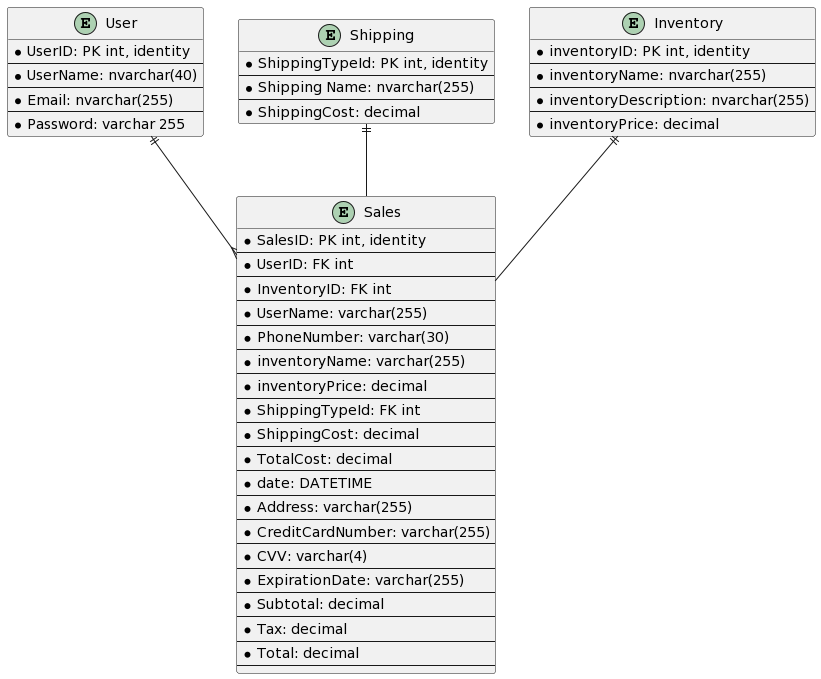
Chewwi7/Intro-to-Software-Engineering-Project keeps this PlantUML diagram as Technical Design/EntityDiagram.png. Above is the earlier version. Its diagram source:
```plantuml
@startuml
entity User{
* UserID: PK int, identity
--
* UserName: nvarchar(40)
--
*Email: nvarchar(255)
--
*Password: varchar 255
}
entity Shipping{
* ShippingTypeId: PK int, identity
--
* Shipping Name: nvarchar(255)
--
* ShippingCost: decimal
}

entity Sales{
* SalesID: PK int, identity
--
* UserID: FK int
--
* InventoryID: FK int
--
* UserName: varchar(255)
--
* PhoneNumber: varchar(30)
--
* inventoryName: varchar(255)
--
* inventoryPrice: decimal
--
* ShippingTypeId: FK int
--
* ShippingCost: decimal
--
* TotalCost: decimal
--
* date: DATETIME
--
* Address: varchar(255)
--
* CreditCardNumber: varchar(255)
--
* CVV: varchar(4)
--
* ExpirationDate: varchar(255)
--
* Subtotal: decimal
--
* Tax: decimal
--
* Total: decimal
--
}

entity Inventory{
* inventoryID: PK int, identity
--
* inventoryName: nvarchar(255)
--
* inventoryDescription: nvarchar(255)
--
* inventoryPrice: decimal
}

User||--{Sales
Inventory ||--O| Sales
Shipping ||--O| Sales
@enduml
```
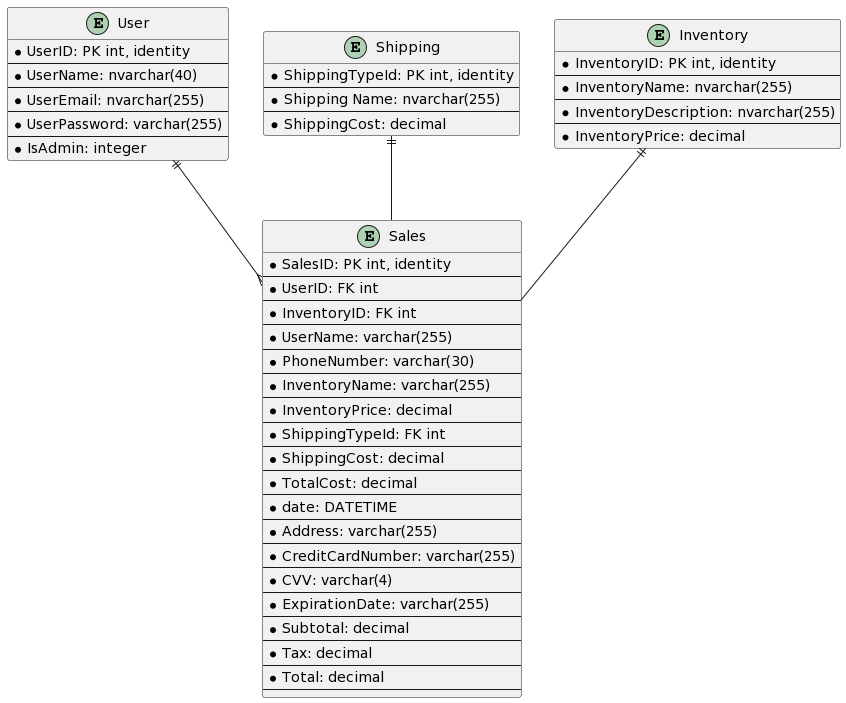
The same file after the commit.

The edit, as a diff of the source:
```diff
@@ -4,9 +4,11 @@
 --
 * UserName: nvarchar(40)
 --
-*Email: nvarchar(255)
+*UserEmail: nvarchar(255)
 --
-*Password: varchar 255
+*UserPassword: varchar(255)
+--
+*IsAdmin: integer
 }
 entity Shipping{
 * ShippingTypeId: PK int, identity
@@ -27,9 +29,9 @@
 --
 * PhoneNumber: varchar(30)
 --
-* inventoryName: varchar(255)
+* InventoryName: varchar(255)
 --
-* inventoryPrice: decimal
+* InventoryPrice: decimal
 --
 * ShippingTypeId: FK int
 --
@@ -56,13 +58,13 @@
 }
 
 entity Inventory{
-* inventoryID: PK int, identity
+* InventoryID: PK int, identity
 --
-* inventoryName: nvarchar(255)
+* InventoryName: nvarchar(255)
 --
-* inventoryDescription: nvarchar(255)
+* InventoryDescription: nvarchar(255)
 --
-* inventoryPrice: decimal
+* InventoryPrice: decimal
 }
 
 User||--{Sales
```
